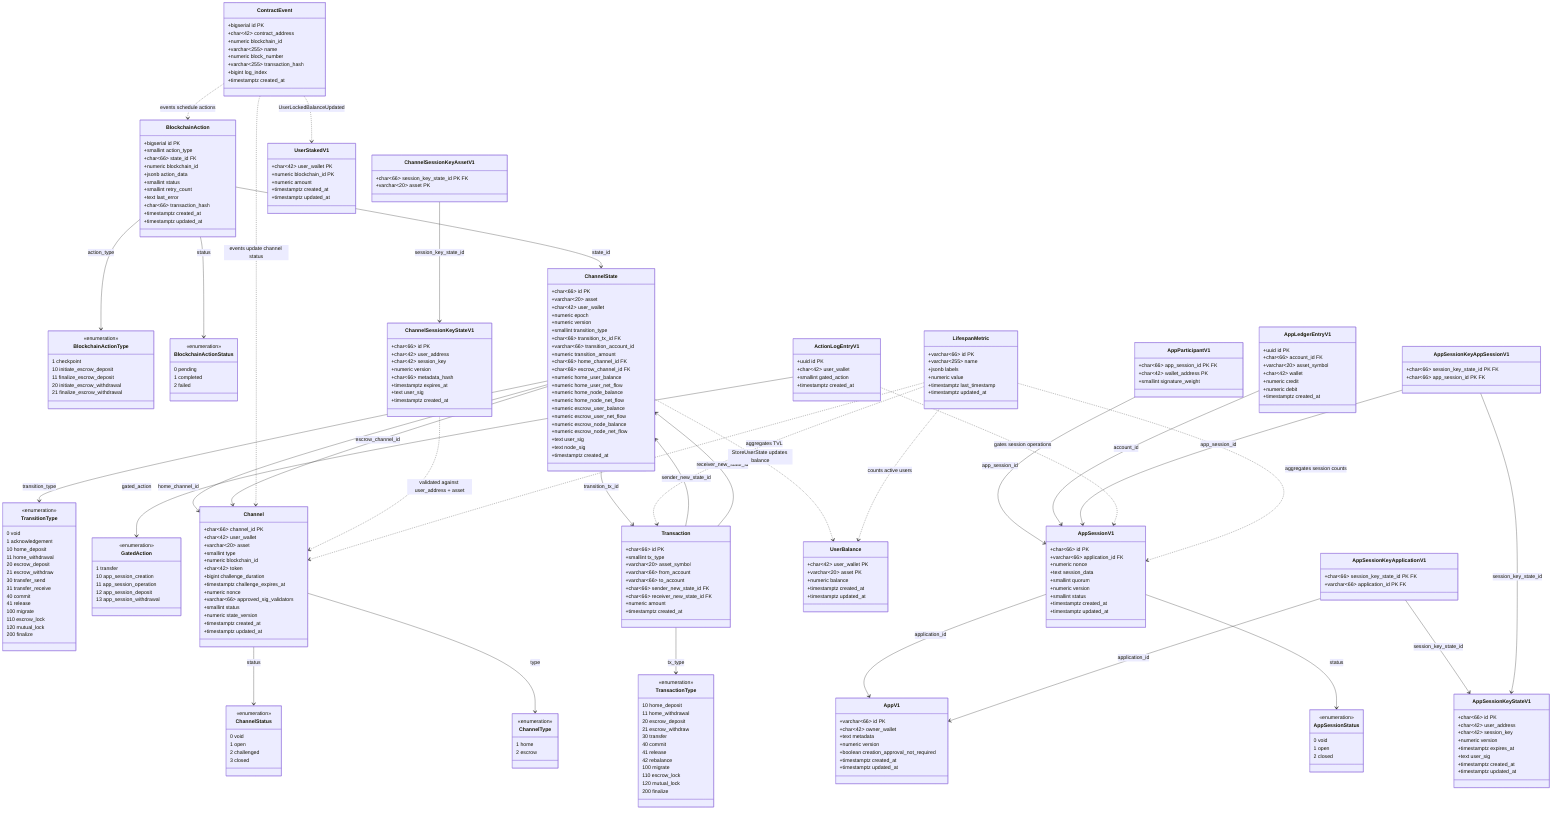
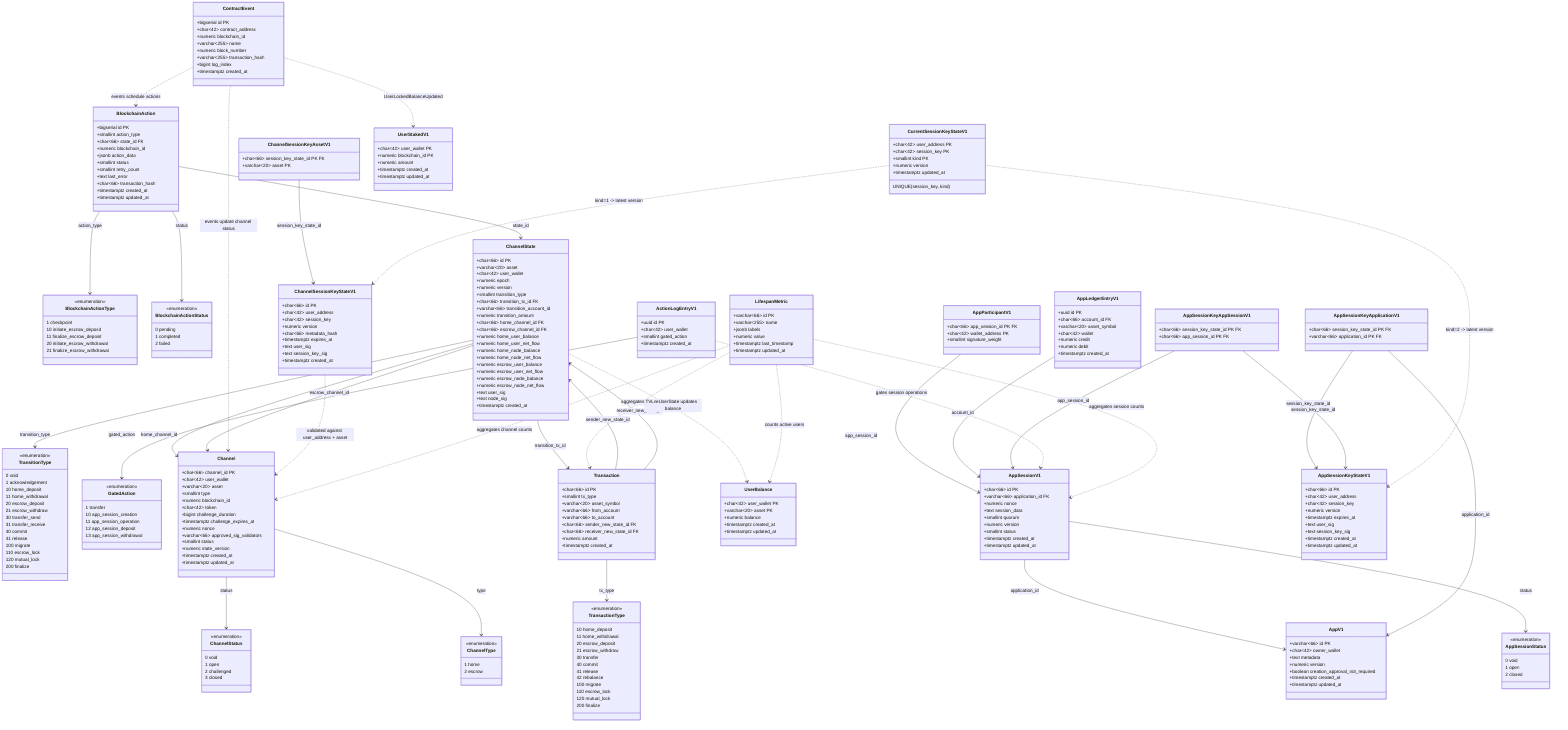
classDiagram
    %% ===== ENUMS =====

    class ChannelStatus {
        <<enumeration>>
        0 void
        1 open
        2 challenged
        3 closed
    }

    class ChannelType {
        <<enumeration>>
        1 home
        2 escrow
    }

    class TransactionType {
        <<enumeration>>
        10 home_deposit
        11 home_withdrawal
        20 escrow_deposit
        21 escrow_withdraw
        30 transfer
        40 commit
        41 release
        42 rebalance
        100 migrate
        110 escrow_lock
        120 mutual_lock
        200 finalize
    }

    class TransitionType {
        <<enumeration>>
        0 void
        1 acknowledgement
        10 home_deposit
        11 home_withdrawal
        20 escrow_deposit
        21 escrow_withdraw
        30 transfer_send
        31 transfer_receive
        40 commit
        41 release
        100 migrate
        110 escrow_lock
        120 mutual_lock
        200 finalize
    }

    class AppSessionStatus {
        <<enumeration>>
        0 void
        1 open
        2 closed
    }

    class BlockchainActionType {
        <<enumeration>>
        1 checkpoint
        10 initiate_escrow_deposit
        11 finalize_escrow_deposit
        20 initiate_escrow_withdrawal
        21 finalize_escrow_withdrawal
    }

    class BlockchainActionStatus {
        <<enumeration>>
        0 pending
        1 completed
        2 failed
    }

    class GatedAction {
        <<enumeration>>
        1 transfer
        10 app_session_creation
        11 app_session_operation
        12 app_session_deposit
        13 app_session_withdrawal
    }

    %% ===== CORE TABLES =====

    class Channel {
        +char~66~ channel_id PK
        +char~42~ user_wallet
        +varchar~20~ asset
        +smallint type
        +numeric blockchain_id
        +char~42~ token
        +bigint challenge_duration
        +timestamptz challenge_expires_at
        +numeric nonce
        +varchar~66~ approved_sig_validators
        +smallint status
        +numeric state_version
        +timestamptz created_at
        +timestamptz updated_at
    }

    class ChannelState {
        +char~66~ id PK
        +varchar~20~ asset
        +char~42~ user_wallet
        +numeric epoch
        +numeric version
        +smallint transition_type
        +char~66~ transition_tx_id FK
        +varchar~66~ transition_account_id
        +numeric transition_amount
        +char~66~ home_channel_id FK
        +char~66~ escrow_channel_id FK
        +numeric home_user_balance
        +numeric home_user_net_flow
        +numeric home_node_balance
        +numeric home_node_net_flow
        +numeric escrow_user_balance
        +numeric escrow_user_net_flow
        +numeric escrow_node_balance
        +numeric escrow_node_net_flow
        +text user_sig
        +text node_sig
        +timestamptz created_at
    }

    class Transaction {
        +char~66~ id PK
        +smallint tx_type
        +varchar~20~ asset_symbol
        +varchar~66~ from_account
        +varchar~66~ to_account
        +char~66~ sender_new_state_id FK
        +char~66~ receiver_new_state_id FK
        +numeric amount
        +timestamptz created_at
    }

    class UserBalance {
        +char~42~ user_wallet PK
        +varchar~20~ asset PK
        +numeric balance
        +timestamptz created_at
        +timestamptz updated_at
    }

    %% ===== APPLICATION TABLES =====

    class AppV1 {
        +varchar~66~ id PK
        +char~42~ owner_wallet
        +text metadata
        +numeric version
        +boolean creation_approval_not_required
        +timestamptz created_at
        +timestamptz updated_at
    }

    class AppSessionV1 {
        +char~66~ id PK
        +varchar~66~ application_id FK
        +numeric nonce
        +text session_data
        +smallint quorum
        +numeric version
        +smallint status
        +timestamptz created_at
        +timestamptz updated_at
    }

    class AppParticipantV1 {
        +char~66~ app_session_id PK FK
        +char~42~ wallet_address PK
        +smallint signature_weight
    }

    class AppLedgerEntryV1 {
        +uuid id PK
        +char~66~ account_id FK
        +varchar~20~ asset_symbol
        +char~42~ wallet
        +numeric credit
        +numeric debit
        +timestamptz created_at
    }

    %% ===== SESSION KEY TABLES =====

    class AppSessionKeyStateV1 {
        +char~66~ id PK
        +char~42~ user_address
        +char~42~ session_key
        +numeric version
        +timestamptz expires_at
        +text user_sig
+         +text session_key_sig
        +timestamptz created_at
        +timestamptz updated_at
    }

    class AppSessionKeyApplicationV1 {
        +char~66~ session_key_state_id PK FK
        +varchar~66~ application_id PK FK
    }

    class AppSessionKeyAppSessionV1 {
        +char~66~ session_key_state_id PK FK
        +char~66~ app_session_id PK FK
    }

    class ChannelSessionKeyStateV1 {
        +char~66~ id PK
        +char~42~ user_address
        +char~42~ session_key
        +numeric version
        +char~66~ metadata_hash
        +timestamptz expires_at
        +text user_sig
+         +text session_key_sig
        +timestamptz created_at
    }

    class ChannelSessionKeyAssetV1 {
        +char~66~ session_key_state_id PK FK
        +varchar~20~ asset PK
+     }
+ 
+     class CurrentSessionKeyStateV1 {
+         +char~42~ user_address PK
+         +char~42~ session_key PK
+         +smallint kind PK
+         +numeric version
+         +timestamptz updated_at
+         UNIQUE(session_key, kind)
    }

    %% ===== BLOCKCHAIN TABLES =====

    class ContractEvent {
        +bigserial id PK
        +char~42~ contract_address
        +numeric blockchain_id
        +varchar~255~ name
        +numeric block_number
        +varchar~255~ transaction_hash
        +bigint log_index
        +timestamptz created_at
    }

    class BlockchainAction {
        +bigserial id PK
        +smallint action_type
        +char~66~ state_id FK
        +numeric blockchain_id
        +jsonb action_data
        +smallint status
        +smallint retry_count
        +text last_error
        +char~66~ transaction_hash
        +timestamptz created_at
        +timestamptz updated_at
    }

    %% ===== OPERATIONAL TABLES =====

    class UserStakedV1 {
        +char~42~ user_wallet PK
        +numeric blockchain_id PK
        +numeric amount
        +timestamptz created_at
        +timestamptz updated_at
    }

    class ActionLogEntryV1 {
        +uuid id PK
        +char~42~ user_wallet
        +smallint gated_action
        +timestamptz created_at
    }

    class LifespanMetric {
        +varchar~66~ id PK
        +varchar~255~ name
        +jsonb labels
        +numeric value
        +timestamptz last_timestamp
        +timestamptz updated_at
    }

    %% ===== RELATIONSHIPS =====

    %% -- Channel core --
    Channel --> ChannelStatus : status
    Channel --> ChannelType : type

    %% -- ChannelState references channels and transitions --
    ChannelState --> TransitionType : transition_type
    ChannelState --> Channel : home_channel_id
    ChannelState --> Channel : escrow_channel_id
    ChannelState --> Transaction : transition_tx_id

    %% -- Transaction references states --
    Transaction --> TransactionType : tx_type
    Transaction --> ChannelState : sender_new_state_id
    Transaction --> ChannelState : receiver_new_state_id

    %% -- UserBalance derived from ChannelState.home_user_balance --
    ChannelState ..> UserBalance : StoreUserState updates balance

    %% -- Blockchain: actions reference states, events update channels --
    BlockchainAction --> BlockchainActionType : action_type
    BlockchainAction --> BlockchainActionStatus : status
    BlockchainAction --> ChannelState : state_id
    ContractEvent ..> Channel : events update channel status
    ContractEvent ..> BlockchainAction : events schedule actions
    ContractEvent ..> UserStakedV1 : UserLockedBalanceUpdated

    %% -- App layer --
    AppSessionV1 --> AppV1 : application_id
    AppSessionV1 --> AppSessionStatus : status
    AppParticipantV1 --> AppSessionV1 : app_session_id
    AppLedgerEntryV1 --> AppSessionV1 : account_id

    %% -- App session keys link to apps and sessions --
    AppSessionKeyApplicationV1 --> AppSessionKeyStateV1 : session_key_state_id
    AppSessionKeyApplicationV1 --> AppV1 : application_id
    AppSessionKeyAppSessionV1 --> AppSessionKeyStateV1 : session_key_state_id
    AppSessionKeyAppSessionV1 --> AppSessionV1 : app_session_id

    %% -- Channel session keys link to channels via user_address + asset --
    ChannelSessionKeyAssetV1 --> ChannelSessionKeyStateV1 : session_key_state_id
    ChannelSessionKeyStateV1 ..> Channel : validated against user_address + asset

+     %% -- Pointer table tracks latest version per (user_address, session_key, kind) --
+     CurrentSessionKeyStateV1 ..> AppSessionKeyStateV1 : kind=2 -> latest version
+     CurrentSessionKeyStateV1 ..> ChannelSessionKeyStateV1 : kind=1 -> latest version
+ 
    %% -- Action log gates user operations --
    ActionLogEntryV1 --> GatedAction : gated_action
    ActionLogEntryV1 ..> AppSessionV1 : gates session operations

    %% -- Lifespan metrics aggregate from core tables --
    LifespanMetric ..> Channel : aggregates channel counts
    LifespanMetric ..> Transaction : aggregates TVL
    LifespanMetric ..> AppSessionV1 : aggregates session counts
    LifespanMetric ..> UserBalance : counts active users
